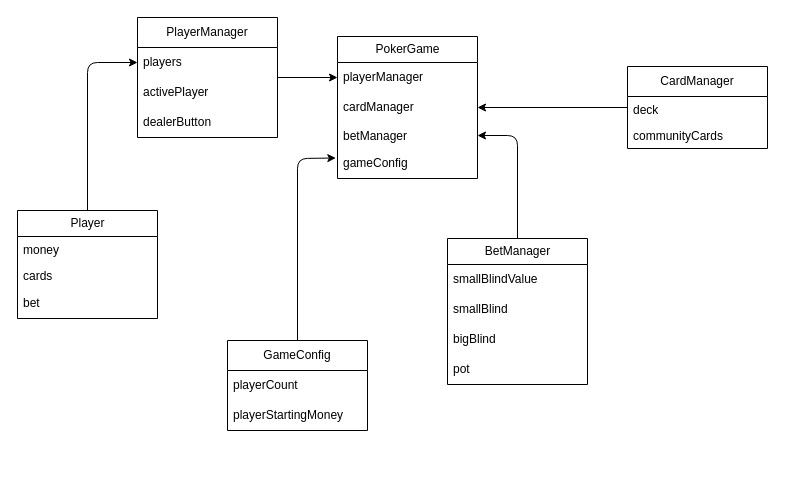
Above: design/architecture.drawio in YSchilling/pokernight (draw.io), before the change. Source tidied: cells renumbered, new cells numbered last; positions are measured from the earlier drawing's top-left corner, leaving out a move shared by most shapes. Both pictures are drawn from the tidied source at 100%, with x=0, y=0 at pixel (17, 17).
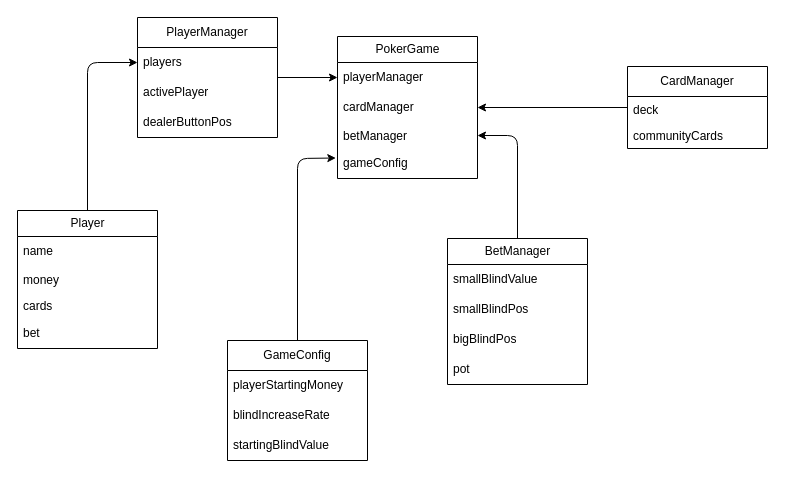
After the change.

Unchanged cells that the change refers to:
```xml
<mxCell id="13" value="BetManager" style="swimlane;fontStyle=0;horizontal=1;startSize=26;fillColor=none;html=1;" parent="1" vertex="1">
  <mxGeometry x="430" y="221" width="140" height="146" as="geometry" />
</mxCell>
<mxCell id="23" value="PlayerManager" style="swimlane;fontStyle=0;horizontal=1;startSize=30;whiteSpace=wrap;html=1;" parent="1" vertex="1">
  <mxGeometry x="120" width="140" height="120" as="geometry" />
</mxCell>
```

Diff of the diagram source:
```diff
@@
     <mxCell id="8" value="Player" style="swimlane;fontStyle=0;horizontal=1;startSize=26;fillColor=none;html=1;" parent="1" vertex="1">
-      <mxGeometry y="193" width="140" height="108" as="geometry" />
+      <mxGeometry y="193" width="140" height="138" as="geometry" />
     </mxCell>
+    <mxCell id="31" value="name" style="text;strokeColor=none;fillColor=none;align=left;verticalAlign=middle;spacingLeft=4;spacingRight=4;overflow=hidden;whiteSpace=wrap;html=1;" parent="8" vertex="1">
+      <mxGeometry y="26" width="140" height="30" as="geometry" />
+    </mxCell>
     <mxCell id="9" value="money" style="text;strokeColor=none;fillColor=none;align=left;verticalAlign=top;spacingLeft=4;spacingRight=4;overflow=hidden;whiteSpace=wrap;html=1;" parent="8" vertex="1">
-      <mxGeometry y="26" width="140" height="26" as="geometry" />
+      <mxGeometry y="56" width="140" height="26" as="geometry" />
     </mxCell>
     <mxCell id="10" value="cards" style="text;strokeColor=none;fillColor=none;align=left;verticalAlign=top;spacingLeft=4;spacingRight=4;overflow=hidden;whiteSpace=wrap;html=1;" parent="8" vertex="1">
-      <mxGeometry y="52" width="140" height="26" as="geometry" />
+      <mxGeometry y="82" width="140" height="26" as="geometry" />
     </mxCell>
     <mxCell id="11" value="bet" style="text;strokeColor=none;fillColor=none;align=left;verticalAlign=middle;spacingLeft=4;spacingRight=4;overflow=hidden;whiteSpace=wrap;html=1;" parent="8" vertex="1">
-      <mxGeometry y="78" width="140" height="30" as="geometry" />
+      <mxGeometry y="108" width="140" height="30" as="geometry" />
     </mxCell>
@@
-    <mxCell id="15" value="smallBlind" style="text;strokeColor=none;fillColor=none;align=left;verticalAlign=middle;spacingLeft=4;spacingRight=4;overflow=hidden;whiteSpace=wrap;html=1;" parent="13" vertex="1">
+    <mxCell id="15" value="smallBlindPos" style="text;strokeColor=none;fillColor=none;align=left;verticalAlign=middle;spacingLeft=4;spacingRight=4;overflow=hidden;whiteSpace=wrap;html=1;" parent="13" vertex="1">
       <mxGeometry y="56" width="140" height="30" as="geometry" />
     </mxCell>
-    <mxCell id="16" value="bigBlind" style="text;strokeColor=none;fillColor=none;align=left;verticalAlign=middle;spacingLeft=4;spacingRight=4;overflow=hidden;whiteSpace=wrap;html=1;" parent="13" vertex="1">
+    <mxCell id="16" value="bigBlindPos" style="text;strokeColor=none;fillColor=none;align=left;verticalAlign=middle;spacingLeft=4;spacingRight=4;overflow=hidden;whiteSpace=wrap;html=1;" parent="13" vertex="1">
       <mxGeometry y="86" width="140" height="30" as="geometry" />
     </mxCell>
@@
-    <mxCell id="26" value="dealerButton" style="text;strokeColor=none;fillColor=none;align=left;verticalAlign=middle;spacingLeft=4;spacingRight=4;overflow=hidden;whiteSpace=wrap;html=1;" parent="23" vertex="1">
+    <mxCell id="26" value="dealerButtonPos" style="text;strokeColor=none;fillColor=none;align=left;verticalAlign=middle;spacingLeft=4;spacingRight=4;overflow=hidden;whiteSpace=wrap;html=1;" parent="23" vertex="1">
       <mxGeometry y="90" width="140" height="30" as="geometry" />
     </mxCell>
@@
     <mxCell id="28" value="GameConfig" style="swimlane;fontStyle=0;horizontal=1;startSize=30;whiteSpace=wrap;html=1;" parent="1" vertex="1">
-      <mxGeometry x="210" y="323" width="140" height="90" as="geometry" />
+      <mxGeometry x="210" y="323" width="140" height="120" as="geometry" />
     </mxCell>
-    <mxCell id="29" value="playerCount" style="text;strokeColor=none;fillColor=none;align=left;verticalAlign=middle;spacingLeft=4;spacingRight=4;overflow=hidden;whiteSpace=wrap;html=1;" parent="28" vertex="1">
-      <mxGeometry y="30" width="140" height="30" as="geometry" />
-    </mxCell>
     <mxCell id="30" value="playerStartingMoney" style="text;strokeColor=none;fillColor=none;align=left;verticalAlign=middle;spacingLeft=4;spacingRight=4;overflow=hidden;whiteSpace=wrap;html=1;" parent="28" vertex="1">
-      <mxGeometry y="60" width="140" height="30" as="geometry" />
+      <mxGeometry y="30" width="140" height="30" as="geometry" />
     </mxCell>
+    <mxCell id="32" value="blindIncreaseRate" style="text;strokeColor=none;fillColor=none;align=left;verticalAlign=middle;spacingLeft=4;spacingRight=4;overflow=hidden;whiteSpace=wrap;html=1;" parent="28" vertex="1">
+      <mxGeometry y="60" width="140" height="30" as="geometry" />
+    </mxCell>
+    <mxCell id="33" value="startingBlindValue" style="text;strokeColor=none;fillColor=none;align=left;verticalAlign=middle;spacingLeft=4;spacingRight=4;overflow=hidden;whiteSpace=wrap;html=1;" parent="28" vertex="1">
+      <mxGeometry y="90" width="140" height="30" as="geometry" />
+    </mxCell>
```
